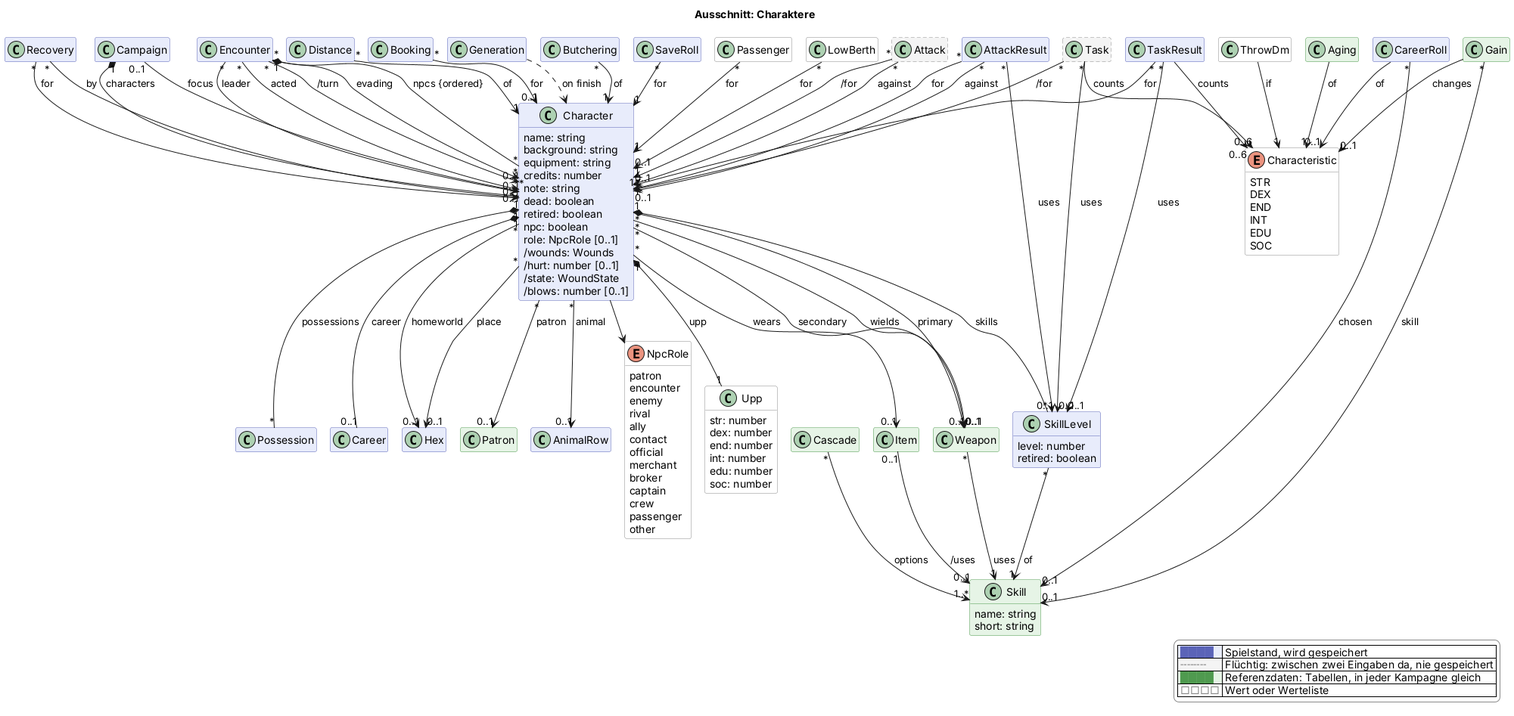
This is docs/views/charakter.png from scuzzar/SRE, a PlantUML export, as it was before one commit.
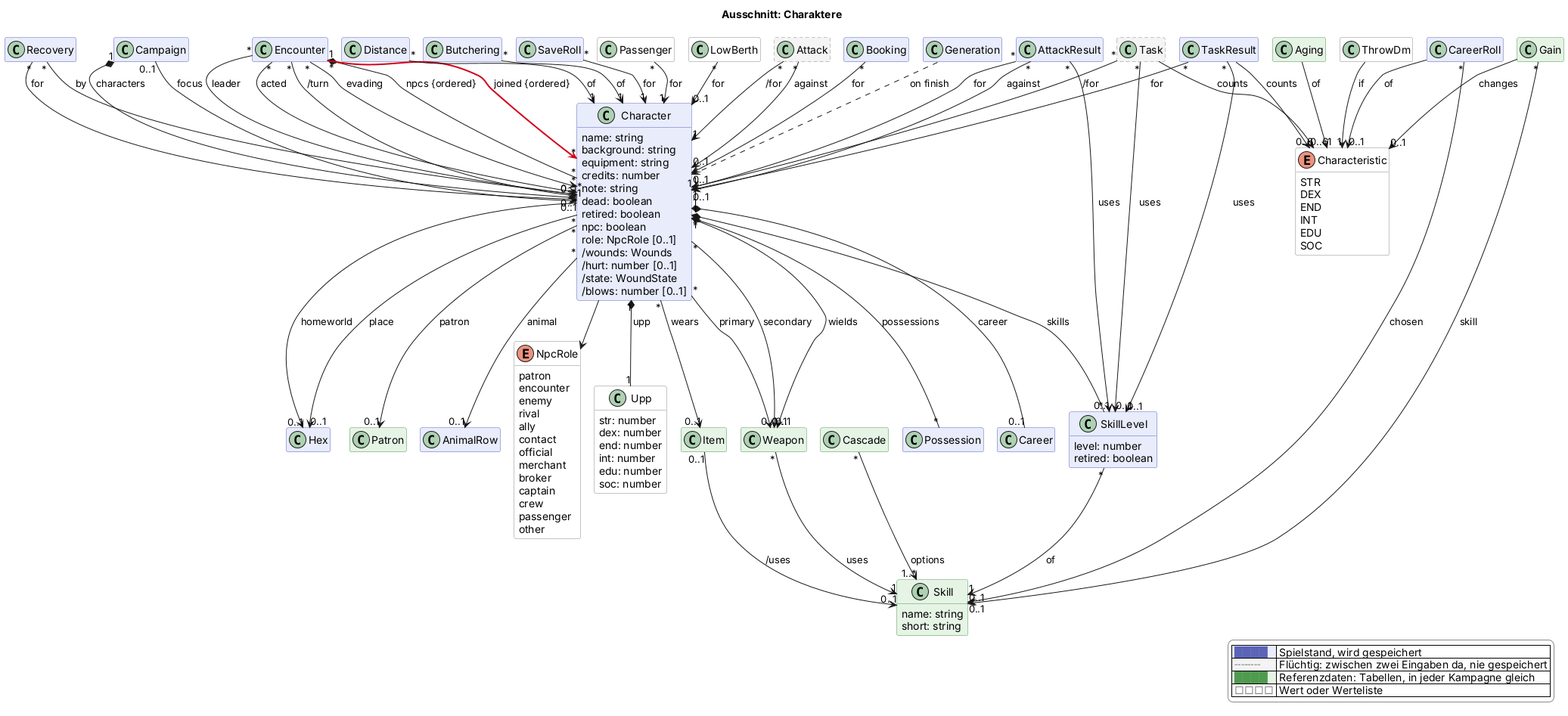
The same diagram one commit later.

What changed in the source:
```diff
@@ -207,6 +207,7 @@
 SaveRoll "*" --> "1" Character : for
 Character "*" --> "0..1" AnimalRow : animal
 Encounter "1" *-- "*" Character : npcs {ordered}
+Encounter "*" -$newArrow("2026-11-14g")-> "*" Character : joined {ordered}
 Encounter "*" --> "0..1" Character : leader
 Encounter "*" --> "*" Character : acted
 Encounter "*" --> "0..1" Character : /turn
```
